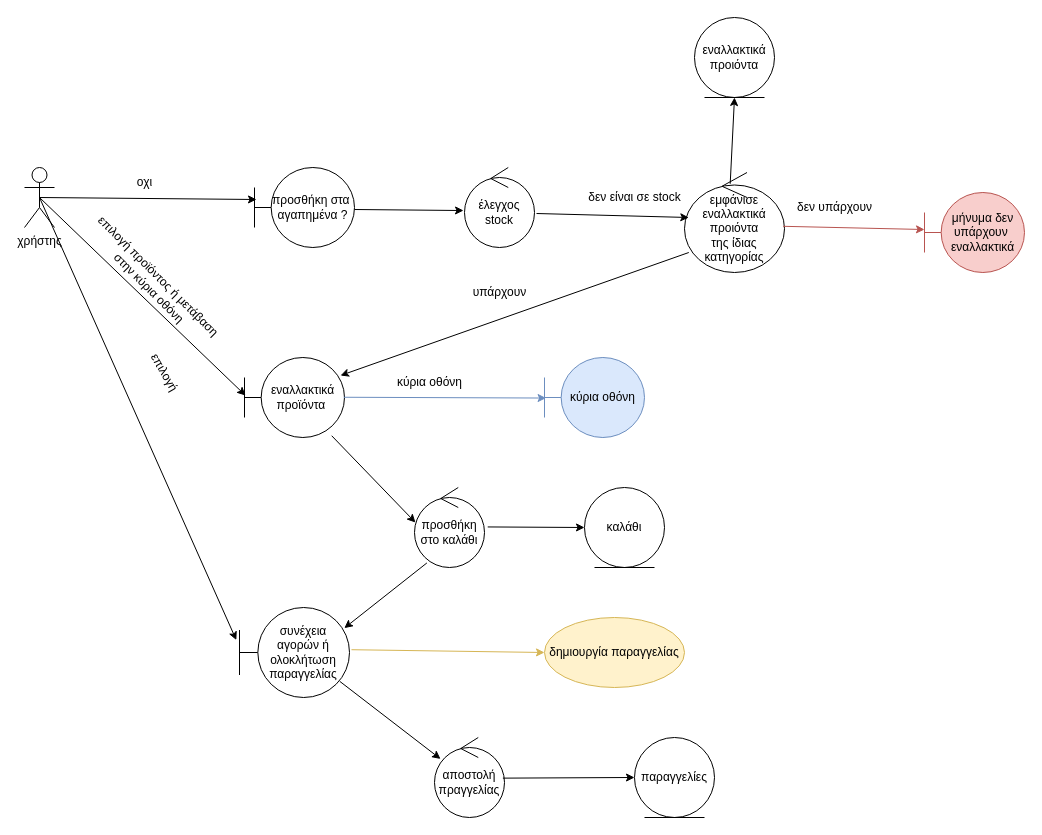
Above: Παραδοτέο_4/robustness/use_case_4.drawio in Galenus-Pharmacy/GalenusPharmacies (draw.io), before the change. Source tidied: cells renumbered, new cells numbered last; positions are measured from the earlier drawing's top-left corner, leaving out a move shared by most shapes. Both pictures are drawn from the tidied source at 100%, with x=0, y=0 at pixel (24, 17).
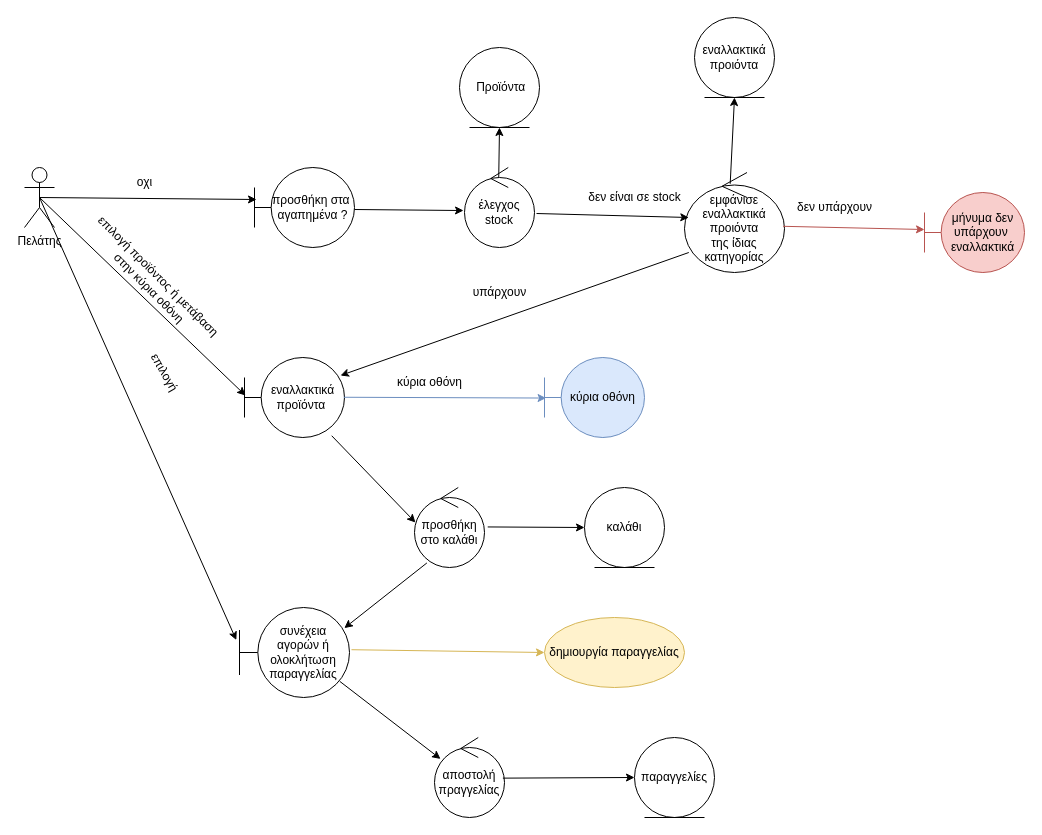
The same diagram, later.

Unchanged cells that the change refers to:
```xml
<mxCell id="6" value="έλεγχος stock" style="ellipse;shape=umlControl;whiteSpace=wrap;html=1;" parent="1" vertex="1">
  <mxGeometry x="440" y="150" width="70" height="80" as="geometry" />
</mxCell>
```

What changed in the source:
```diff
@@
-    <mxCell id="2" value="χρήστης" style="shape=umlActor;verticalLabelPosition=bottom;verticalAlign=top;html=1;outlineConnect=0;" parent="1" vertex="1">
+    <mxCell id="2" value="Πελάτης" style="shape=umlActor;verticalLabelPosition=bottom;verticalAlign=top;html=1;outlineConnect=0;" parent="1" vertex="1">
       <mxGeometry y="150" width="30" height="60" as="geometry" />
     </mxCell>
@@
+    <mxCell id="38" value="&amp;nbsp;Προϊόντα" style="ellipse;shape=umlEntity;whiteSpace=wrap;html=1;" parent="1" vertex="1">
+      <mxGeometry x="435" y="30" width="80" height="80" as="geometry" />
+    </mxCell>
+    <mxCell id="39" style="endArrow=classic;html=1;rounded=0;entryX=0.5;entryY=1;entryDx=0;entryDy=0;exitX=0.489;exitY=0.125;exitDx=0;exitDy=0;exitPerimeter=0;" parent="1" edge="1" source="6" target="38">
+      <mxGeometry relative="1" as="geometry" />
+    </mxCell>
```
